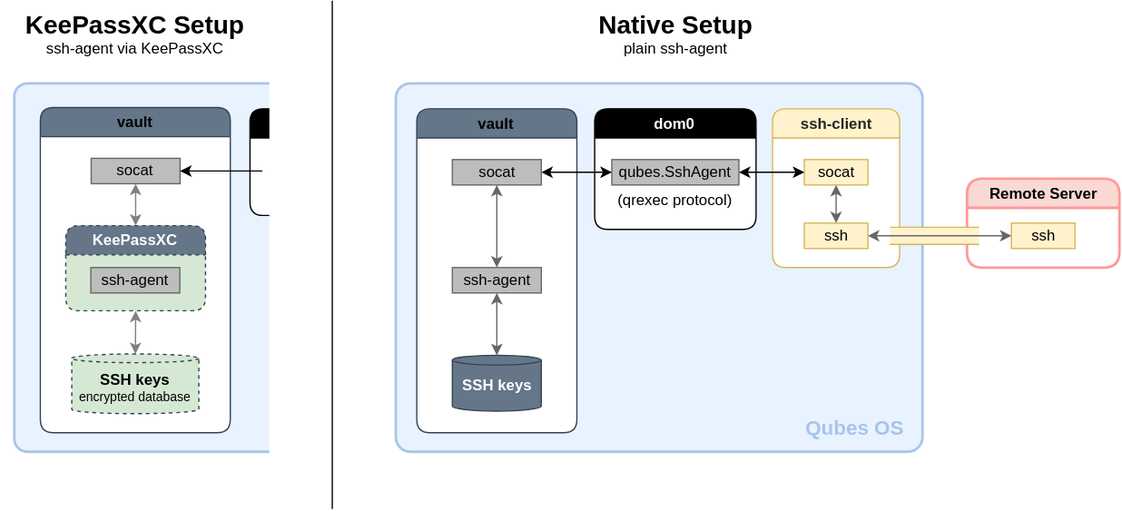
ephemer4l/qubes-splitssh-diagram keeps this draw.io diagram as split-ssh-keepassxc-7.svg. Above is the earlier version. Source tidied: cells renumbered, new cells last; positions are measured from the earlier drawing's top-left corner, leaving out a move shared by most shapes.
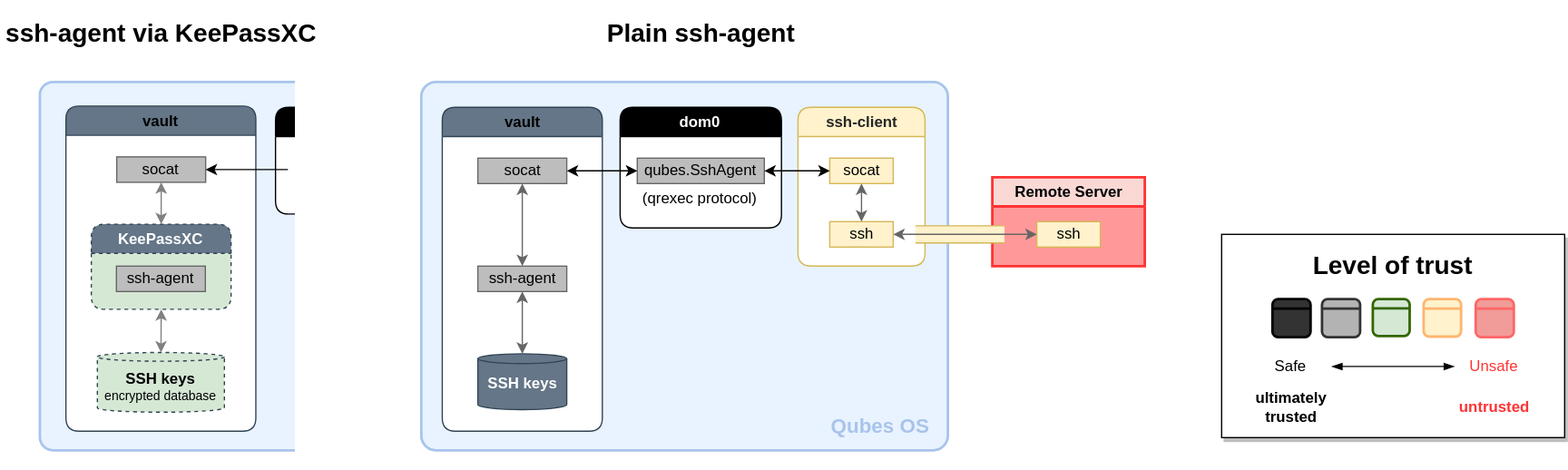
Later version of the same file.

What changed in the source:
```diff
@@ -29,8 +29,8 @@
     <mxCell id="10" value="&lt;div style=&quot;font-size: 11px&quot;&gt;&lt;font size=&quot;1&quot;&gt;&lt;b&gt;&lt;font style=&quot;font-size: 12px&quot; face=&quot;Helvetica&quot;&gt;SSH keys&lt;/font&gt;&lt;/b&gt;&lt;/font&gt;&lt;/div&gt;&lt;div style=&quot;font-size: 10px&quot;&gt;&lt;font style=&quot;font-size: 10px&quot; face=&quot;Helvetica&quot;&gt;encrypted database&lt;br&gt;&lt;/font&gt;&lt;/div&gt;" style="text;html=1;strokeColor=none;fillColor=none;align=center;verticalAlign=middle;whiteSpace=wrap;rounded=0;glass=0;comic=0;" parent="3" vertex="1">
       <mxGeometry x="29.6" y="201" width="90.2" height="40" as="geometry" />
     </mxCell>
-    <mxCell id="11" value="&lt;div&gt;&lt;b&gt;&lt;font style=&quot;font-size: 20px&quot;&gt;KeePassXC Setup&lt;/font&gt;&lt;/b&gt;&lt;/div&gt;&lt;div&gt;ssh-agent via KeePassXC&lt;/div&gt;" style="text;html=1;strokeColor=none;fillColor=none;align=center;verticalAlign=middle;whiteSpace=wrap;rounded=0;" parent="1" vertex="1">
-      <mxGeometry y="1" width="212" height="50" as="geometry" />
+    <mxCell id="11" value="&lt;div&gt;&lt;b&gt;&lt;font style=&quot;font-size: 20px&quot;&gt;ssh-agent via KeePassXC&lt;/font&gt;&lt;/b&gt;&lt;/div&gt;" style="text;html=1;strokeColor=none;fillColor=none;align=center;verticalAlign=middle;whiteSpace=wrap;rounded=0;" parent="1" vertex="1">
+      <mxGeometry x="-19.5" y="1" width="251" height="50" as="geometry" />
     </mxCell>
     <mxCell id="12" style="rounded=1;whiteSpace=wrap;html=1;shadow=0;glass=0;sketch=0;strokeWidth=2;arcSize=4;fillColor=#E8F3FF;strokeColor=#A9C4EB;" parent="1" vertex="1">
       <mxGeometry x="311" y="65" width="414.5" height="290" as="geometry" />
@@ -76,10 +76,10 @@
     <mxCell id="25" style="endArrow=classic;startArrow=classic;html=1;strokeColor=#666666;entryX=0.5;entryY=1;entryDx=0;entryDy=0;exitX=0.5;exitY=0;exitDx=0;exitDy=0;" parent="22" edge="1" source="24" target="23">
       <mxGeometry relative="1" as="geometry" />
     </mxCell>
-    <mxCell id="26" value="&lt;div style=&quot;font-size: 20px&quot;&gt;&lt;b&gt;&lt;font style=&quot;font-size: 20px&quot;&gt;Native Setup&lt;/font&gt;&lt;/b&gt;&lt;/div&gt;&lt;div&gt;plain ssh-agent&lt;br&gt;&lt;/div&gt;" style="text;html=1;strokeColor=none;fillColor=none;align=center;verticalAlign=middle;whiteSpace=wrap;rounded=0;" parent="1" vertex="1">
+    <mxCell id="26" value="&lt;div style=&quot;font-size: 20px&quot;&gt;&lt;b&gt;&lt;font style=&quot;font-size: 20px&quot;&gt;Plain ssh-agent&lt;/font&gt;&lt;/b&gt;&lt;/div&gt;" style="text;html=1;strokeColor=none;fillColor=none;align=center;verticalAlign=middle;whiteSpace=wrap;rounded=0;" parent="1" vertex="1">
       <mxGeometry x="415.5" y="6" width="231" height="40" as="geometry" />
     </mxCell>
-    <mxCell id="27" value="Remote Server" style="swimlane;whiteSpace=wrap;html=1;rounded=1;shadow=0;glass=0;comic=0;startSize=23;swimlaneFillColor=#ffffff;sketch=0;arcSize=18;swimlaneLine=1;strokeWidth=2;fillColor=#fad9d5;strokeColor=#FF9999;" parent="1" vertex="1">
+    <mxCell id="27" value="Remote Server" style="swimlane;whiteSpace=wrap;html=1;rounded=0;shadow=0;glass=0;comic=0;startSize=23;swimlaneFillColor=#FF9999;sketch=0;arcSize=18;swimlaneLine=1;strokeWidth=2;fillColor=#fad9d5;strokeColor=#FF3333;" parent="1" vertex="1">
       <mxGeometry x="760.5" y="140" width="120" height="70" as="geometry" />
     </mxCell>
     <mxCell id="28" value="ssh" style="rounded=0;whiteSpace=wrap;html=1;glass=0;comic=0;strokeWidth=1;fillColor=#fff2cc;strokeColor=#d6b656;" parent="27" vertex="1">
@@ -111,14 +111,59 @@
         <mxPoint x="206" y="134" as="sourcePoint" />
       </mxGeometry>
     </mxCell>
-    <mxCell id="37" style="endArrow=none;html=1;strokeWidth=1;" parent="1" edge="1">
-      <mxGeometry relative="1" as="geometry">
-        <mxPoint x="261" y="400" as="sourcePoint" />
-        <mxPoint x="261" as="targetPoint" />
-      </mxGeometry>
-    </mxCell>
     <mxCell id="38" value="&lt;b style=&quot;font-size: 16px;&quot;&gt;&lt;font style=&quot;font-size: 16px;&quot;&gt;Qubes OS&lt;/font&gt;&lt;/b&gt;" style="text;html=1;strokeColor=none;fillColor=none;align=center;verticalAlign=middle;whiteSpace=wrap;rounded=0;dashed=1;fontSize=16;fontColor=#A9C4EB;" parent="1" vertex="1">
       <mxGeometry x="631" y="327" width="83" height="18" as="geometry" />
     </mxCell>
+    <mxCell id="39" style="rounded=0;whiteSpace=wrap;html=1;shadow=1;" parent="1" vertex="1">
+      <mxGeometry x="941" y="185" width="270" height="160" as="geometry" />
+    </mxCell>
+    <mxCell id="40" style="whiteSpace=wrap;html=1;rounded=1;fontColor=#ffffff;strokeWidth=2;fillColor=#333333;" parent="1" vertex="1">
+      <mxGeometry x="981" y="236" width="30" height="30" as="geometry" />
+    </mxCell>
+    <mxCell id="41" style="whiteSpace=wrap;html=1;rounded=1;fontColor=#ffffff;strokeWidth=2;strokeColor=#333333;fillColor=#B3B3B3;" parent="1" vertex="1">
+      <mxGeometry x="1020" y="236" width="30" height="30" as="geometry" />
+    </mxCell>
+    <mxCell id="42" style="whiteSpace=wrap;html=1;rounded=1;fillColor=#fff2cc;strokeWidth=2;strokeColor=#FFB570;" parent="1" vertex="1">
+      <mxGeometry x="1100" y="236" width="29.5" height="29.5" as="geometry" />
+    </mxCell>
+    <mxCell id="43" style="whiteSpace=wrap;html=1;rounded=1;fillColor=#F19C99;strokeWidth=2;strokeColor=#FF6666;" parent="1" vertex="1">
+      <mxGeometry x="1141" y="236" width="30" height="30" as="geometry" />
+    </mxCell>
+    <mxCell id="44" value="&lt;div&gt;Safe&lt;/div&gt;" style="text;html=1;strokeColor=none;fillColor=none;align=center;verticalAlign=middle;whiteSpace=wrap;rounded=0;" parent="1" vertex="1">
+      <mxGeometry x="964.4" y="279" width="63.3" height="20" as="geometry" />
+    </mxCell>
+    <mxCell id="45" style="whiteSpace=wrap;html=1;rounded=1;fillColor=#d5e8d4;strokeWidth=2;strokeColor=#336600;" parent="1" vertex="1">
+      <mxGeometry x="1060" y="236" width="29" height="29" as="geometry" />
+    </mxCell>
+    <mxCell id="46" value="&lt;div style=&quot;font-size: 20px;&quot;&gt;&lt;b style=&quot;font-size: 20px;&quot;&gt;&lt;font style=&quot;font-size: 20px;&quot;&gt;Level of trust&lt;/font&gt;&lt;/b&gt;&lt;/div&gt;" style="text;html=1;strokeColor=none;fillColor=none;align=center;verticalAlign=middle;whiteSpace=wrap;rounded=0;fontSize=20;" parent="1" vertex="1">
+      <mxGeometry x="981" y="189" width="190" height="40" as="geometry" />
+    </mxCell>
+    <mxCell id="47" style="endArrow=none;html=1;entryX=0;entryY=0.25;entryDx=0;entryDy=0;exitX=1;exitY=0.25;exitDx=0;exitDy=0;strokeColor=#333333;strokeWidth=2;" parent="1" edge="1" source="41" target="41">
+      <mxGeometry relative="1" as="geometry" />
+    </mxCell>
+    <mxCell id="48" style="endArrow=none;html=1;entryX=0;entryY=0.25;entryDx=0;entryDy=0;exitX=1;exitY=0.25;exitDx=0;exitDy=0;strokeColor=#336600;strokeWidth=2;" parent="1" edge="1" source="45" target="45">
+      <mxGeometry relative="1" as="geometry" />
+    </mxCell>
+    <mxCell id="49" style="endArrow=none;html=1;entryX=0;entryY=0.25;entryDx=0;entryDy=0;exitX=1;exitY=0.25;exitDx=0;exitDy=0;strokeColor=#FFB570;strokeWidth=2;" parent="1" edge="1" source="42" target="42">
+      <mxGeometry relative="1" as="geometry" />
+    </mxCell>
+    <mxCell id="50" style="endArrow=none;html=1;entryX=0;entryY=0.25;entryDx=0;entryDy=0;exitX=1;exitY=0.25;exitDx=0;exitDy=0;strokeColor=#FF6666;strokeWidth=2;" parent="1" edge="1" source="43" target="43">
+      <mxGeometry relative="1" as="geometry" />
+    </mxCell>
+    <mxCell id="51" style="endArrow=none;html=1;strokeWidth=2;entryX=0;entryY=0.25;entryDx=0;entryDy=0;exitX=1;exitY=0.25;exitDx=0;exitDy=0;" parent="1" edge="1" source="40" target="40">
+      <mxGeometry relative="1" as="geometry" />
+    </mxCell>
+    <mxCell id="52" value="&lt;div&gt;Unsafe&lt;/div&gt;" style="text;html=1;strokeColor=none;fillColor=none;align=center;verticalAlign=middle;whiteSpace=wrap;rounded=0;fontColor=#FF3333;" parent="1" vertex="1">
+      <mxGeometry x="1124.4" y="279" width="63.3" height="20" as="geometry" />
+    </mxCell>
+    <mxCell id="53" style="endArrow=blockThin;startArrow=blockThin;html=1;strokeColor=#000000;strokeWidth=1;fontSize=20;entryX=0;entryY=0.5;entryDx=0;entryDy=0;startFill=1;endFill=1;" parent="1" edge="1" source="44" target="52">
+      <mxGeometry relative="1" as="geometry" />
+    </mxCell>
+    <mxCell id="54" value="&lt;div style=&quot;font-size: 12px&quot;&gt;ultimately&lt;/div&gt;&lt;div style=&quot;font-size: 12px&quot;&gt;trusted&lt;br style=&quot;font-size: 12px&quot;&gt;&lt;/div&gt;" style="text;html=1;strokeColor=none;fillColor=none;align=center;verticalAlign=middle;whiteSpace=wrap;rounded=0;fontSize=12;fontStyle=1;" parent="1" vertex="1">
+      <mxGeometry x="976" y="311" width="40" height="20" as="geometry" />
+    </mxCell>
+    <mxCell id="55" value="untrusted" style="text;html=1;strokeColor=none;fillColor=none;align=center;verticalAlign=middle;whiteSpace=wrap;rounded=0;fontSize=12;fontStyle=1;fontColor=#FF3333;" parent="1" vertex="1">
+      <mxGeometry x="1136" y="311" width="40" height="20" as="geometry" />
+    </mxCell>
   </root>
 </mxGraphModel>
```
